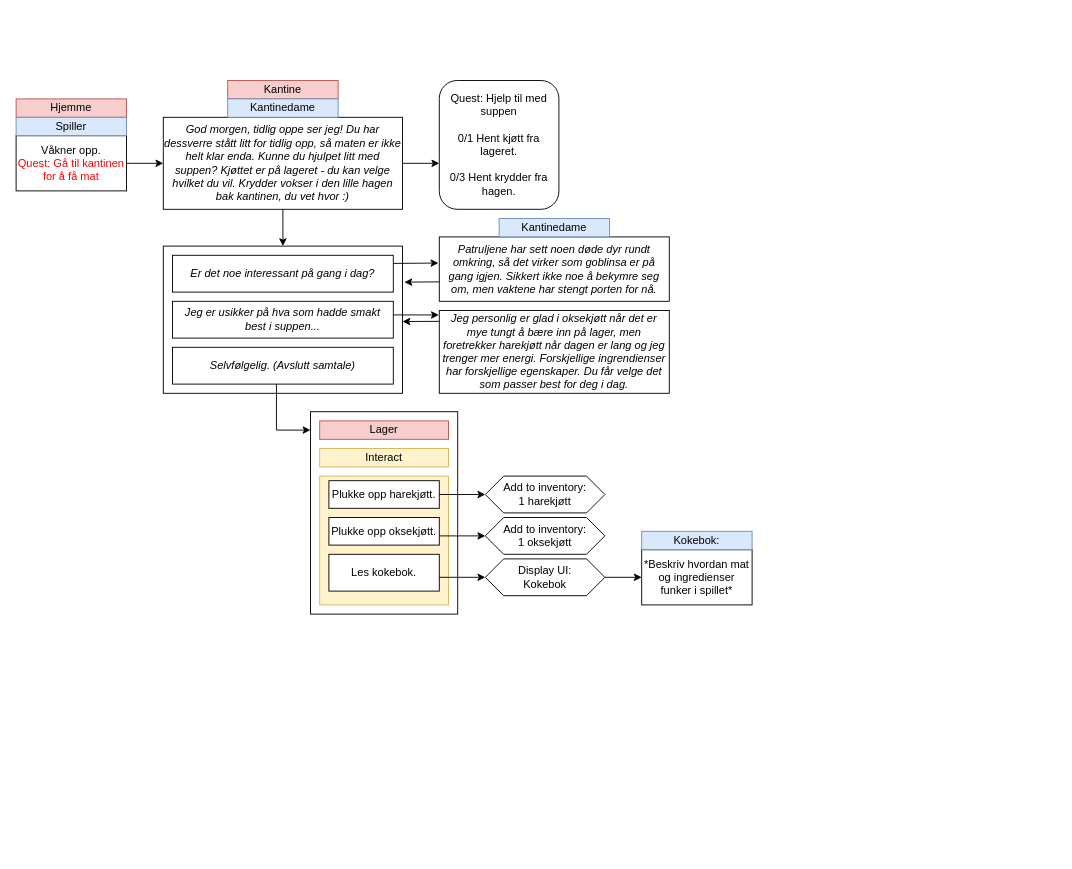
Earlier version of the draw.io diagram Untitled Diagram.drawio (martinka-h/DverglikeQuests). Source tidied: cells renumbered, new cells numbered last; positions are measured from the earlier drawing's top-left corner, leaving out a move shared by most shapes. Both pictures are drawn from the tidied source at 92%, with x=0, y=0 at pixel (16, 80).
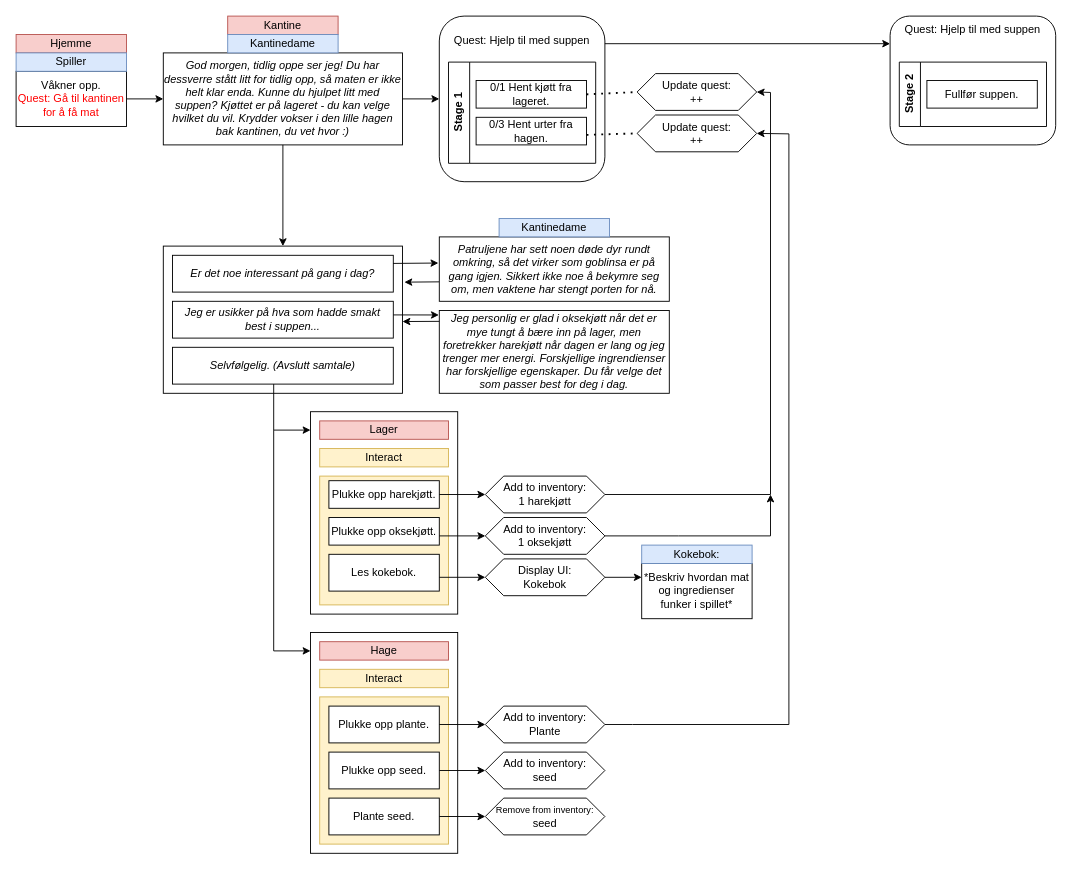
Above is the later version.

Unchanged cells that the change refers to:
```xml
<mxCell id="32" value="Add to inventory: &lt;br&gt;1 oksekjøtt" style="shape=hexagon;perimeter=hexagonPerimeter2;whiteSpace=wrap;html=1;fixedSize=1;" parent="1" vertex="1">
  <mxGeometry x="510" y="475" width="130" height="40" as="geometry" />
</mxCell>
```

Diff of the diagram source:
```diff
@@
     <mxCell id="2" value="Våkner opp.&lt;br&gt;&lt;span style=&quot;color: rgb(255, 0, 0);&quot;&gt;Quest: Gå til kantinen for å få mat&lt;/span&gt;" style="rounded=0;whiteSpace=wrap;html=1;" parent="1" vertex="1">
-      <mxGeometry y="60" width="120" height="60" as="geometry" />
+      <mxGeometry y="-10" width="120" height="60" as="geometry" />
     </mxCell>
@@
     <mxCell id="4" value="Kantine" style="rounded=0;whiteSpace=wrap;html=1;fillColor=#f8cecc;strokeColor=#b85450;" parent="1" vertex="1">
-      <mxGeometry x="230" width="120" height="20" as="geometry" />
+      <mxGeometry x="230" y="-70" width="120" height="20" as="geometry" />
     </mxCell>
     <mxCell id="5" value="Hjemme" style="rounded=0;whiteSpace=wrap;html=1;fillColor=#f8cecc;strokeColor=#b85450;" parent="1" vertex="1">
-      <mxGeometry y="20" width="120" height="20" as="geometry" />
+      <mxGeometry y="-50" width="120" height="20" as="geometry" />
     </mxCell>
     <mxCell id="6" value="&lt;i&gt;God morgen, tidlig oppe ser jeg! Du har dessverre stått litt for tidlig opp, så maten er ikke helt klar enda. Kunne du hjulpet litt med suppen? Kjøttet er på lageret - du kan velge hvilket du vil. Krydder vokser i den lille hagen bak kantinen, du vet hvor :) &lt;/i&gt;" style="rounded=0;whiteSpace=wrap;html=1;" parent="1" vertex="1">
-      <mxGeometry x="160" y="40" width="260" height="100" as="geometry" />
+      <mxGeometry x="160" y="-30" width="260" height="100" as="geometry" />
     </mxCell>
@@
     <mxCell id="8" value="Kantinedame" style="rounded=0;whiteSpace=wrap;html=1;fillColor=#dae8fc;strokeColor=#6c8ebf;" parent="1" vertex="1">
-      <mxGeometry x="230" y="20" width="120" height="20" as="geometry" />
+      <mxGeometry x="230" y="-50" width="120" height="20" as="geometry" />
     </mxCell>
     <mxCell id="9" style="endArrow=classic;html=1;rounded=0;" parent="1" edge="1">
       <mxGeometry relative="1" as="geometry">
-        <mxPoint x="420" y="90" as="sourcePoint" />
-        <mxPoint x="460" y="90" as="targetPoint" />
+        <mxPoint x="420" y="20" as="sourcePoint" />
+        <mxPoint x="460" y="20" as="targetPoint" />
       </mxGeometry>
     </mxCell>
     <mxCell id="10" value="Spiller" style="rounded=0;whiteSpace=wrap;html=1;fillColor=#dae8fc;strokeColor=#6c8ebf;" parent="1" vertex="1">
-      <mxGeometry y="40" width="120" height="20" as="geometry" />
+      <mxGeometry y="-30" width="120" height="20" as="geometry" />
     </mxCell>
@@
-    <mxCell id="12" value="Quest: Hjelp til med suppen&lt;br&gt;&lt;br&gt;&lt;div&gt;0/1 Hent kjøtt fra lageret.&lt;/div&gt;&lt;div&gt;&lt;br&gt;&lt;/div&gt;&lt;div&gt;0/3 Hent krydder fra hagen.&lt;/div&gt;" style="rounded=1;whiteSpace=wrap;html=1;" parent="1" vertex="1">
-      <mxGeometry x="460" width="130" height="140" as="geometry" />
+    <mxCell id="12" value="&lt;div style=&quot;line-height: 130%;&quot;&gt;Quest: Hjelp til med suppen&lt;br&gt;&lt;br&gt;&lt;br&gt;&lt;br&gt;&lt;br&gt;&lt;br&gt;&lt;div&gt;&lt;br&gt;&lt;/div&gt;&lt;div&gt;&lt;br&gt;&lt;/div&gt;&lt;div&gt;&lt;br&gt;&lt;/div&gt;&lt;/div&gt;" style="rounded=1;whiteSpace=wrap;html=1;" parent="1" vertex="1">
+      <mxGeometry x="460" y="-70" width="180" height="180" as="geometry" />
     </mxCell>
@@
     <mxCell id="26" style="endArrow=classic;html=1;rounded=0;" parent="1" edge="1">
       <mxGeometry relative="1" as="geometry">
-        <mxPoint x="283" y="330" as="sourcePoint" />
+        <mxPoint x="280" y="330" as="sourcePoint" />
         <mxPoint x="320" y="380" as="targetPoint" />
         <Array as="points">
-          <mxPoint x="283" y="380" />
+          <mxPoint x="280" y="380" />
         </Array>
       </mxGeometry>
     </mxCell>
@@
     <mxCell id="39" value="*Beskriv hvordan mat og ingredienser funker i spillet*" style="rounded=0;whiteSpace=wrap;html=1;" parent="1" vertex="1">
-      <mxGeometry x="680" y="510" width="120" height="60" as="geometry" />
+      <mxGeometry x="680" y="525" width="120" height="60" as="geometry" />
     </mxCell>
     <mxCell id="40" value="Kokebok:" style="rounded=0;whiteSpace=wrap;html=1;fillColor=#dae8fc;strokeColor=#6c8ebf;" parent="1" vertex="1">
-      <mxGeometry x="680" y="490" width="120" height="20" as="geometry" />
+      <mxGeometry x="680" y="505" width="120" height="20" as="geometry" />
     </mxCell>
+    <mxCell id="41" style="endArrow=classic;html=1;rounded=0;" parent="1" edge="1">
+      <mxGeometry relative="1" as="geometry">
+        <mxPoint x="280" y="380" as="sourcePoint" />
+        <mxPoint x="320" y="620" as="targetPoint" />
+        <Array as="points">
+          <mxPoint x="280" y="620" />
+        </Array>
+      </mxGeometry>
+    </mxCell>
+    <mxCell id="42" style="rounded=0;whiteSpace=wrap;html=1;" parent="1" vertex="1">
+      <mxGeometry x="320" y="600" width="160" height="240" as="geometry" />
+    </mxCell>
+    <mxCell id="43" value="Interact" style="rounded=0;whiteSpace=wrap;html=1;fillColor=#fff2cc;strokeColor=#d6b656;" parent="1" vertex="1">
+      <mxGeometry x="330" y="640" width="140" height="20" as="geometry" />
+    </mxCell>
+    <mxCell id="44" style="rounded=0;whiteSpace=wrap;html=1;fillColor=#fff2cc;strokeColor=#d6b656;" parent="1" vertex="1">
+      <mxGeometry x="330" y="670" width="140" height="160" as="geometry" />
+    </mxCell>
+    <mxCell id="45" value="Plukke opp plante." style="rounded=0;whiteSpace=wrap;html=1;" parent="1" vertex="1">
+      <mxGeometry x="340" y="680" width="120" height="40" as="geometry" />
+    </mxCell>
+    <mxCell id="46" value="Hage" style="rounded=0;whiteSpace=wrap;html=1;fillColor=#f8cecc;strokeColor=#b85450;" parent="1" vertex="1">
+      <mxGeometry x="330" y="610" width="140" height="20" as="geometry" />
+    </mxCell>
+    <mxCell id="47" value="Plukke opp seed." style="rounded=0;whiteSpace=wrap;html=1;" parent="1" vertex="1">
+      <mxGeometry x="340" y="730" width="120" height="40" as="geometry" />
+    </mxCell>
+    <mxCell id="48" value="Plante seed." style="rounded=0;whiteSpace=wrap;html=1;" parent="1" vertex="1">
+      <mxGeometry x="340" y="780" width="120" height="40" as="geometry" />
+    </mxCell>
+    <mxCell id="49" value="&lt;div&gt;Add to inventory:&lt;/div&gt;&lt;div&gt;seed&lt;/div&gt;" style="shape=hexagon;perimeter=hexagonPerimeter2;whiteSpace=wrap;html=1;fixedSize=1;" parent="1" vertex="1">
+      <mxGeometry x="510" y="730" width="130" height="40" as="geometry" />
+    </mxCell>
+    <mxCell id="50" style="endArrow=classic;html=1;rounded=0;" parent="1" edge="1">
+      <mxGeometry relative="1" as="geometry">
+        <mxPoint x="460" y="750" as="sourcePoint" />
+        <mxPoint x="510" y="750" as="targetPoint" />
+      </mxGeometry>
+    </mxCell>
+    <mxCell id="51" value="&lt;div&gt;Add to inventory: &lt;br&gt;&lt;/div&gt;&lt;div&gt;Plante&lt;/div&gt;" style="shape=hexagon;perimeter=hexagonPerimeter2;whiteSpace=wrap;html=1;fixedSize=1;" parent="1" vertex="1">
+      <mxGeometry x="510" y="680" width="130" height="40" as="geometry" />
+    </mxCell>
+    <mxCell id="52" style="endArrow=classic;html=1;rounded=0;" parent="1" edge="1">
+      <mxGeometry relative="1" as="geometry">
+        <mxPoint x="460" y="700" as="sourcePoint" />
+        <mxPoint x="510" y="700" as="targetPoint" />
+      </mxGeometry>
+    </mxCell>
+    <mxCell id="53" value="&lt;div&gt;&lt;font style=&quot;font-size: 10px;&quot;&gt;Remove from inventory:&lt;/font&gt;&lt;/div&gt;&lt;div&gt;&lt;font&gt;seed&lt;/font&gt;&lt;/div&gt;" style="shape=hexagon;perimeter=hexagonPerimeter2;whiteSpace=wrap;html=1;fixedSize=1;" parent="1" vertex="1">
+      <mxGeometry x="510" y="780" width="130" height="40" as="geometry" />
+    </mxCell>
+    <mxCell id="54" style="endArrow=classic;html=1;rounded=0;" parent="1" edge="1">
+      <mxGeometry relative="1" as="geometry">
+        <mxPoint x="460" y="800" as="sourcePoint" />
+        <mxPoint x="510" y="800" as="targetPoint" />
+      </mxGeometry>
+    </mxCell>
+    <mxCell id="55" style="endArrow=classic;html=1;rounded=0;entryX=1;entryY=0.5;entryDx=0;entryDy=0;" parent="1" edge="1" target="57">
+      <mxGeometry relative="1" as="geometry">
+        <mxPoint x="640" y="450" as="sourcePoint" />
+        <Array as="points">
+          <mxPoint x="820" y="450" />
+          <mxPoint x="820" y="13" />
+        </Array>
+      </mxGeometry>
+    </mxCell>
+    <mxCell id="56" style="endArrow=classic;html=1;rounded=0;exitX=1;exitY=0.5;exitDx=0;exitDy=0;" parent="1" edge="1" source="32">
+      <mxGeometry relative="1" as="geometry">
+        <mxPoint x="820" y="450" as="targetPoint" />
+        <Array as="points">
+          <mxPoint x="720" y="495" />
+          <mxPoint x="820" y="495" />
+        </Array>
+      </mxGeometry>
+    </mxCell>
+    <mxCell id="57" value="Update quest:&lt;br&gt;++" style="shape=hexagon;perimeter=hexagonPerimeter2;whiteSpace=wrap;html=1;fixedSize=1;" parent="1" vertex="1">
+      <mxGeometry x="675" y="-7.5" width="130" height="40" as="geometry" />
+    </mxCell>
+    <mxCell id="58" style="endArrow=classic;html=1;rounded=0;entryX=1;entryY=0.5;entryDx=0;entryDy=0;" parent="1" edge="1" target="62">
+      <mxGeometry relative="1" as="geometry">
+        <mxPoint x="640" y="700" as="sourcePoint" />
+        <Array as="points">
+          <mxPoint x="670" y="700" />
+          <mxPoint x="840" y="700" />
+          <mxPoint x="840" y="58" />
+        </Array>
+      </mxGeometry>
+    </mxCell>
+    <mxCell id="59" value="0/1 Hent kjøtt fra lageret." style="rounded=0;whiteSpace=wrap;html=1;" parent="1" vertex="1">
+      <mxGeometry x="500" width="120" height="30" as="geometry" />
+    </mxCell>
+    <mxCell id="60" value="0/3 Hent urter fra hagen." style="rounded=0;whiteSpace=wrap;html=1;" parent="1" vertex="1">
+      <mxGeometry x="500" y="40" width="120" height="30" as="geometry" />
+    </mxCell>
+    <mxCell id="61" style="endArrow=none;dashed=1;html=1;dashPattern=1 3;strokeWidth=2;rounded=0;exitX=1;exitY=0.5;exitDx=0;exitDy=0;entryX=0;entryY=0.5;entryDx=0;entryDy=0;" parent="1" edge="1" source="59" target="57">
+      <mxGeometry relative="1" as="geometry" />
+    </mxCell>
+    <mxCell id="62" value="Update quest:&lt;br&gt;++" style="shape=hexagon;perimeter=hexagonPerimeter2;whiteSpace=wrap;html=1;fixedSize=1;" parent="1" vertex="1">
+      <mxGeometry x="675" y="37.5" width="130" height="40" as="geometry" />
+    </mxCell>
+    <mxCell id="63" style="endArrow=none;dashed=1;html=1;dashPattern=1 3;strokeWidth=2;rounded=0;entryX=0;entryY=0.5;entryDx=0;entryDy=0;exitX=1.001;exitY=0.636;exitDx=0;exitDy=0;exitPerimeter=0;" parent="1" edge="1" source="60" target="62">
+      <mxGeometry relative="1" as="geometry" />
+    </mxCell>
+    <mxCell id="64" style="endArrow=classic;html=1;rounded=0;" parent="1" edge="1">
+      <mxGeometry relative="1" as="geometry">
+        <mxPoint x="640" y="-40" as="sourcePoint" />
+        <mxPoint x="950" y="-40" as="targetPoint" />
+      </mxGeometry>
+    </mxCell>
+    <mxCell id="65" value="Stage 1" style="swimlane;horizontal=0;whiteSpace=wrap;html=1;" parent="1" vertex="1">
+      <mxGeometry x="470" y="-20" width="160" height="110" as="geometry" />
+    </mxCell>
+    <mxCell id="66" value="&lt;div style=&quot;line-height: 130%;&quot;&gt;Quest: Hjelp til med suppen&lt;br&gt;&lt;br&gt;&lt;br&gt;&lt;br&gt;&lt;br&gt;&lt;div&gt;&lt;br&gt;&lt;/div&gt;&lt;div&gt;&lt;br&gt;&lt;/div&gt;&lt;div&gt;&lt;br&gt;&lt;/div&gt;&lt;/div&gt;" style="rounded=1;whiteSpace=wrap;html=1;" parent="1" vertex="1">
+      <mxGeometry x="950" y="-70" width="180" height="140" as="geometry" />
+    </mxCell>
+    <mxCell id="67" value="Stage 2" style="swimlane;horizontal=0;whiteSpace=wrap;html=1;" parent="1" vertex="1">
+      <mxGeometry x="960" y="-20" width="160" height="70" as="geometry" />
+    </mxCell>
+    <mxCell id="68" value="Fullfør suppen." style="rounded=0;whiteSpace=wrap;html=1;" parent="1" vertex="1">
+      <mxGeometry x="990" width="120" height="30" as="geometry" />
+    </mxCell>
```
